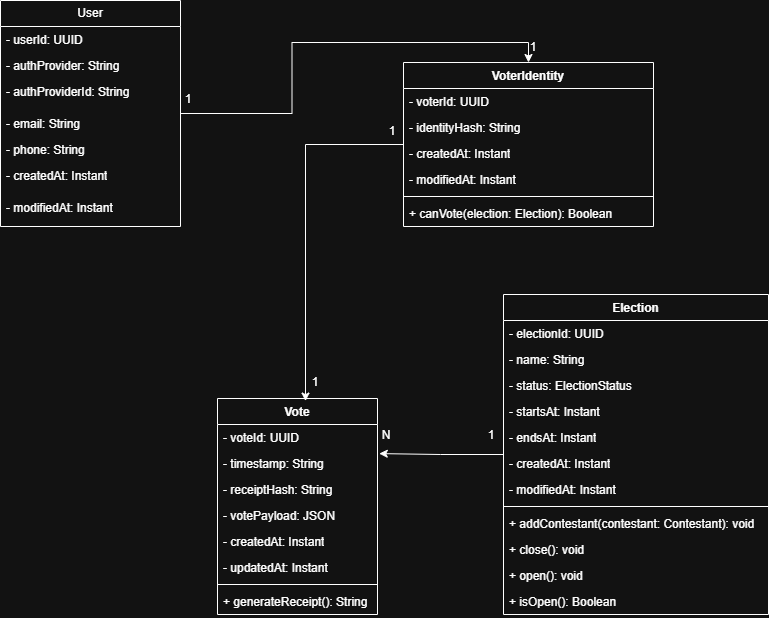
This is images/class_diagram_v4.png from andreixmartins/arch-kata2, a draw.io export, as it was before one commit. Source tidied: cells renumbered, new cells last; positions are measured from the earlier drawing's top-left corner, leaving out a move shared by most shapes.
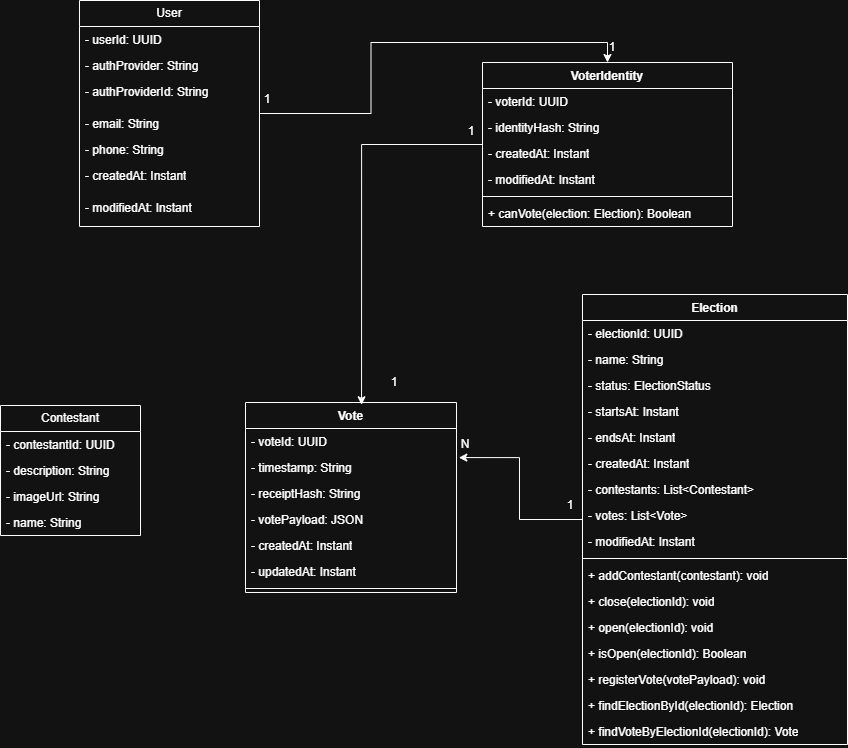
After the change.

Commit message:
FFucks - Updated class diagram

Change to the diagram source:
```diff
@@ -51,7 +51,7 @@
       <mxGeometry y="138" width="250" height="26" as="geometry" />
     </mxCell>
     <mxCell id="18" value="Election" style="swimlane;fontStyle=1;align=center;verticalAlign=top;horizontal=1;startSize=26;whiteSpace=wrap;html=1;" parent="1" vertex="1">
-      <mxGeometry x="503" y="294" width="265" height="320" as="geometry" />
+      <mxGeometry x="503" y="294" width="265" height="450" as="geometry" />
     </mxCell>
     <mxCell id="19" value="- electionId: UUID" style="text;strokeColor=none;fillColor=none;align=left;verticalAlign=top;spacingLeft=4;spacingRight=4;overflow=hidden;whiteSpace=wrap;html=1;" parent="18" vertex="1">
       <mxGeometry y="26" width="265" height="26" as="geometry" />
@@ -71,51 +71,63 @@
     <mxCell id="24" value="- createdAt: Instant" style="text;strokeColor=none;fillColor=none;align=left;verticalAlign=top;spacingLeft=4;spacingRight=4;overflow=hidden;whiteSpace=wrap;html=1;" parent="18" vertex="1">
       <mxGeometry y="156" width="265" height="26" as="geometry" />
     </mxCell>
+    <mxCell id="48" value="- contestants: List&amp;lt;Contestant&amp;gt;" style="text;strokeColor=none;fillColor=none;align=left;verticalAlign=top;spacingLeft=4;spacingRight=4;overflow=hidden;whiteSpace=wrap;html=1;" parent="18" vertex="1">
+      <mxGeometry y="182" width="265" height="26" as="geometry" />
+    </mxCell>
+    <mxCell id="49" value="- votes: List&amp;lt;Vote&amp;gt;" style="text;strokeColor=none;fillColor=none;align=left;verticalAlign=top;spacingLeft=4;spacingRight=4;overflow=hidden;whiteSpace=wrap;html=1;" parent="18" vertex="1">
+      <mxGeometry y="208" width="265" height="26" as="geometry" />
+    </mxCell>
     <mxCell id="25" value="- modifiedAt: Instant" style="text;strokeColor=none;fillColor=none;align=left;verticalAlign=top;spacingLeft=4;spacingRight=4;overflow=hidden;whiteSpace=wrap;html=1;" parent="18" vertex="1">
-      <mxGeometry y="182" width="265" height="26" as="geometry" />
+      <mxGeometry y="234" width="265" height="26" as="geometry" />
     </mxCell>
     <mxCell id="26" style="line;strokeWidth=1;fillColor=none;align=left;verticalAlign=middle;spacingTop=-1;spacingLeft=3;spacingRight=3;labelPosition=right;strokeColor=inherit;" parent="18" vertex="1">
-      <mxGeometry y="208" width="265" height="8" as="geometry" />
+      <mxGeometry y="260" width="265" height="8" as="geometry" />
     </mxCell>
-    <mxCell id="27" value="+ addContestant(contestant: Contestant): void" style="text;strokeColor=none;fillColor=none;align=left;verticalAlign=top;spacingLeft=4;spacingRight=4;overflow=hidden;whiteSpace=wrap;html=1;" parent="18" vertex="1">
-      <mxGeometry y="216" width="265" height="26" as="geometry" />
+    <mxCell id="27" value="+ addContestant(contestant): void" style="text;strokeColor=none;fillColor=none;align=left;verticalAlign=top;spacingLeft=4;spacingRight=4;overflow=hidden;whiteSpace=wrap;html=1;" parent="18" vertex="1">
+      <mxGeometry y="268" width="265" height="26" as="geometry" />
     </mxCell>
-    <mxCell id="28" value="+ close(): void" style="text;strokeColor=none;fillColor=none;align=left;verticalAlign=top;spacingLeft=4;spacingRight=4;overflow=hidden;whiteSpace=wrap;html=1;" parent="18" vertex="1">
-      <mxGeometry y="242" width="265" height="26" as="geometry" />
+    <mxCell id="28" value="+ close(electionId): void" style="text;strokeColor=none;fillColor=none;align=left;verticalAlign=top;spacingLeft=4;spacingRight=4;overflow=hidden;whiteSpace=wrap;html=1;" parent="18" vertex="1">
+      <mxGeometry y="294" width="265" height="26" as="geometry" />
     </mxCell>
-    <mxCell id="29" value="+ open(): void" style="text;strokeColor=none;fillColor=none;align=left;verticalAlign=top;spacingLeft=4;spacingRight=4;overflow=hidden;whiteSpace=wrap;html=1;" parent="18" vertex="1">
-      <mxGeometry y="268" width="265" height="26" as="geometry" />
+    <mxCell id="29" value="+ open(electionId): void" style="text;strokeColor=none;fillColor=none;align=left;verticalAlign=top;spacingLeft=4;spacingRight=4;overflow=hidden;whiteSpace=wrap;html=1;" parent="18" vertex="1">
+      <mxGeometry y="320" width="265" height="26" as="geometry" />
     </mxCell>
-    <mxCell id="30" value="+ isOpen(): Boolean" style="text;strokeColor=none;fillColor=none;align=left;verticalAlign=top;spacingLeft=4;spacingRight=4;overflow=hidden;whiteSpace=wrap;html=1;" parent="18" vertex="1">
-      <mxGeometry y="294" width="265" height="26" as="geometry" />
+    <mxCell id="30" value="+ isOpen(electionId): Boolean" style="text;strokeColor=none;fillColor=none;align=left;verticalAlign=top;spacingLeft=4;spacingRight=4;overflow=hidden;whiteSpace=wrap;html=1;" parent="18" vertex="1">
+      <mxGeometry y="346" width="265" height="26" as="geometry" />
     </mxCell>
+    <mxCell id="50" value="+ registerVote(votePayload): void" style="text;strokeColor=none;fillColor=none;align=left;verticalAlign=top;spacingLeft=4;spacingRight=4;overflow=hidden;whiteSpace=wrap;html=1;" parent="18" vertex="1">
+      <mxGeometry y="372" width="265" height="26" as="geometry" />
+    </mxCell>
+    <mxCell id="51" value="+ findElectionById(electionId): Election" style="text;strokeColor=none;fillColor=none;align=left;verticalAlign=top;spacingLeft=4;spacingRight=4;overflow=hidden;whiteSpace=wrap;html=1;" parent="18" vertex="1">
+      <mxGeometry y="398" width="265" height="26" as="geometry" />
+    </mxCell>
+    <mxCell id="52" value="+ findVoteByElectionId(electionId): Vote" style="text;strokeColor=none;fillColor=none;align=left;verticalAlign=top;spacingLeft=4;spacingRight=4;overflow=hidden;whiteSpace=wrap;html=1;" parent="18" vertex="1">
+      <mxGeometry y="424" width="265" height="26" as="geometry" />
+    </mxCell>
     <mxCell id="31" value="Vote" style="swimlane;fontStyle=1;align=center;verticalAlign=top;horizontal=1;startSize=26;whiteSpace=wrap;html=1;" parent="1" vertex="1">
-      <mxGeometry x="217" y="398" width="160" height="216" as="geometry" />
+      <mxGeometry x="166" y="402" width="211" height="190" as="geometry" />
     </mxCell>
     <mxCell id="32" value="- voteId: UUID" style="text;strokeColor=none;fillColor=none;align=left;verticalAlign=top;spacingLeft=4;spacingRight=4;overflow=hidden;whiteSpace=wrap;html=1;" parent="31" vertex="1">
-      <mxGeometry y="26" width="160" height="26" as="geometry" />
+      <mxGeometry y="26" width="211" height="26" as="geometry" />
     </mxCell>
     <mxCell id="33" value="- timestamp: String" style="text;strokeColor=none;fillColor=none;align=left;verticalAlign=top;spacingLeft=4;spacingRight=4;overflow=hidden;points=[[0,0.5],[1,0.5]];portConstraint=eastwest;whiteSpace=wrap;html=1;" parent="31" vertex="1">
-      <mxGeometry y="52" width="160" height="26" as="geometry" />
+      <mxGeometry y="52" width="211" height="26" as="geometry" />
     </mxCell>
     <mxCell id="34" value="- receiptHash: String" style="text;strokeColor=none;fillColor=none;align=left;verticalAlign=top;spacingLeft=4;spacingRight=4;overflow=hidden;whiteSpace=wrap;html=1;" parent="31" vertex="1">
-      <mxGeometry y="78" width="160" height="26" as="geometry" />
+      <mxGeometry y="78" width="211" height="26" as="geometry" />
     </mxCell>
     <mxCell id="35" value="- votePayload: JSON" style="text;strokeColor=none;fillColor=none;align=left;verticalAlign=top;spacingLeft=4;spacingRight=4;overflow=hidden;whiteSpace=wrap;html=1;" parent="31" vertex="1">
-      <mxGeometry y="104" width="160" height="26" as="geometry" />
+      <mxGeometry y="104" width="211" height="26" as="geometry" />
     </mxCell>
     <mxCell id="36" value="- createdAt: Instant" style="text;strokeColor=none;fillColor=none;align=left;verticalAlign=top;spacingLeft=4;spacingRight=4;overflow=hidden;whiteSpace=wrap;html=1;" parent="31" vertex="1">
-      <mxGeometry y="130" width="160" height="26" as="geometry" />
+      <mxGeometry y="130" width="211" height="26" as="geometry" />
     </mxCell>
     <mxCell id="37" value="- updatedAt: Instant" style="text;strokeColor=none;fillColor=none;align=left;verticalAlign=top;spacingLeft=4;spacingRight=4;overflow=hidden;whiteSpace=wrap;html=1;" parent="31" vertex="1">
-      <mxGeometry y="156" width="160" height="26" as="geometry" />
+      <mxGeometry y="156" width="211" height="26" as="geometry" />
     </mxCell>
     <mxCell id="38" style="line;strokeWidth=1;fillColor=none;align=left;verticalAlign=middle;spacingTop=-1;spacingLeft=3;spacingRight=3;labelPosition=right;strokeColor=inherit;" parent="31" vertex="1">
-      <mxGeometry y="182" width="160" height="8" as="geometry" />
+      <mxGeometry y="182" width="211" height="8" as="geometry" />
     </mxCell>
-    <mxCell id="39" value="+ generateReceipt(): String" style="text;strokeColor=none;fillColor=none;align=left;verticalAlign=top;spacingLeft=4;spacingRight=4;overflow=hidden;whiteSpace=wrap;html=1;" parent="31" vertex="1">
-      <mxGeometry y="190" width="160" height="26" as="geometry" />
-    </mxCell>
     <mxCell id="40" value="1" style="text;html=1;whiteSpace=wrap;strokeColor=none;fillColor=none;align=center;verticalAlign=middle;rounded=0;" parent="1" vertex="1">
       <mxGeometry x="503" y="32" width="60" height="30" as="geometry" />
     </mxCell>
@@ -135,10 +147,25 @@
       <mxGeometry relative="1" as="geometry" />
     </mxCell>
     <mxCell id="46" value="1" style="text;html=1;whiteSpace=wrap;strokeColor=none;fillColor=none;align=center;verticalAlign=middle;rounded=0;" parent="1" vertex="1">
-      <mxGeometry x="461" y="420" width="60" height="30" as="geometry" />
+      <mxGeometry x="461" y="490" width="60" height="30" as="geometry" />
     </mxCell>
     <mxCell id="47" value="N" style="text;html=1;whiteSpace=wrap;strokeColor=none;fillColor=none;align=center;verticalAlign=middle;rounded=0;" parent="1" vertex="1">
-      <mxGeometry x="356" y="420" width="60" height="30" as="geometry" />
+      <mxGeometry x="356" y="429" width="60" height="30" as="geometry" />
     </mxCell>
+    <mxCell id="53" value="Contestant" style="swimlane;fontStyle=0;horizontal=1;startSize=26;fillColor=none;whiteSpace=wrap;html=1;" parent="1" vertex="1">
+      <mxGeometry x="-79" y="405" width="140" height="130" as="geometry" />
+    </mxCell>
+    <mxCell id="54" value="- contestantId: UUID" style="text;strokeColor=none;fillColor=none;align=left;verticalAlign=top;spacingLeft=4;spacingRight=4;overflow=hidden;whiteSpace=wrap;html=1;" parent="53" vertex="1">
+      <mxGeometry y="26" width="140" height="26" as="geometry" />
+    </mxCell>
+    <mxCell id="55" value="- description: String" style="text;strokeColor=none;fillColor=none;align=left;verticalAlign=top;spacingLeft=4;spacingRight=4;overflow=hidden;whiteSpace=wrap;html=1;" parent="53" vertex="1">
+      <mxGeometry y="52" width="140" height="26" as="geometry" />
+    </mxCell>
+    <mxCell id="56" value="- imageUrl: String" style="text;strokeColor=none;fillColor=none;align=left;verticalAlign=top;spacingLeft=4;spacingRight=4;overflow=hidden;whiteSpace=wrap;html=1;" parent="53" vertex="1">
+      <mxGeometry y="78" width="140" height="26" as="geometry" />
+    </mxCell>
+    <mxCell id="57" value="- name: String" style="text;strokeColor=none;fillColor=none;align=left;verticalAlign=top;spacingLeft=4;spacingRight=4;overflow=hidden;whiteSpace=wrap;html=1;" parent="53" vertex="1">
+      <mxGeometry y="104" width="140" height="26" as="geometry" />
+    </mxCell>
   </root>
 </mxGraphModel>
```
